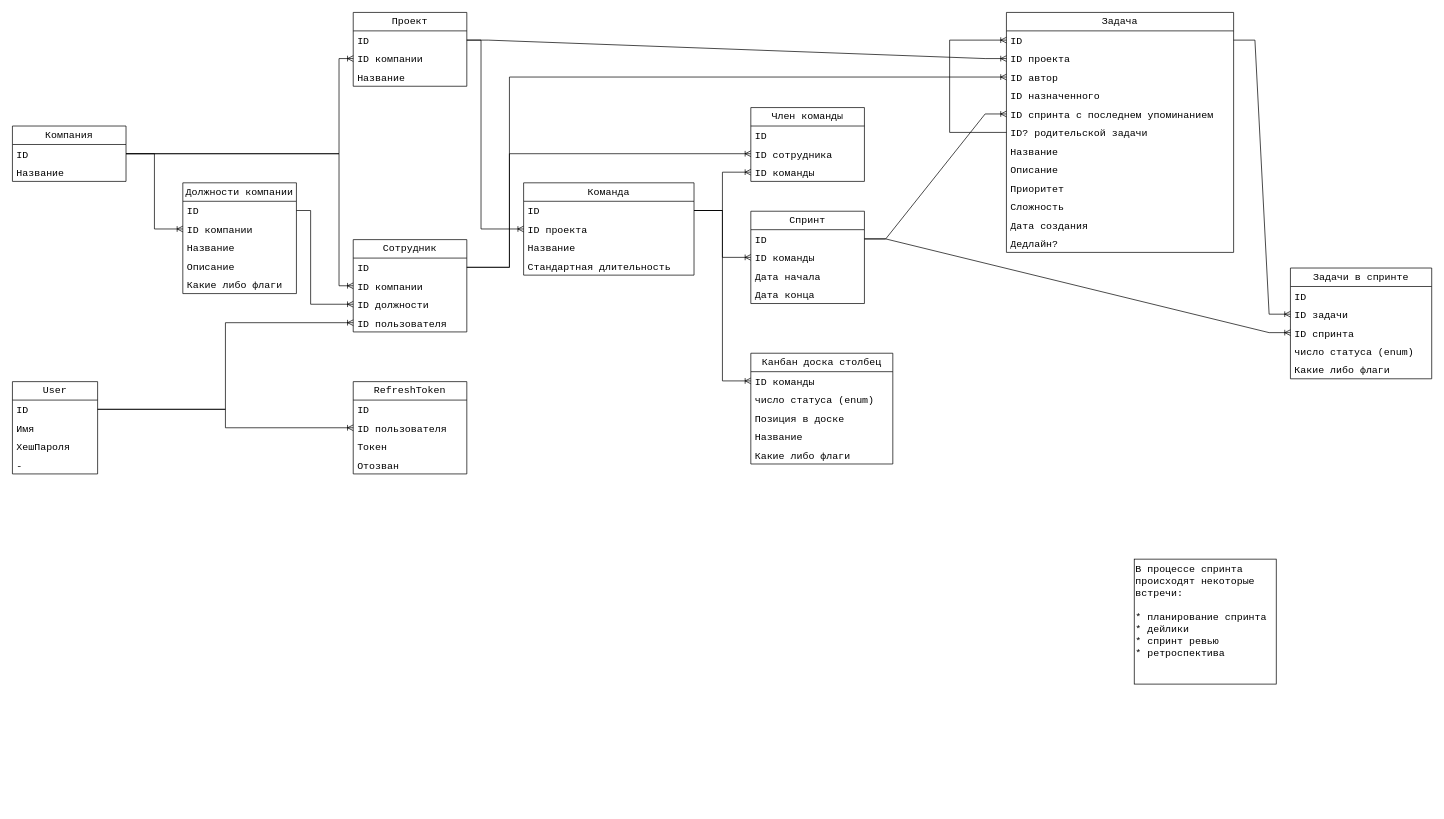
Above: Схемы/Сущности.drawio in DP1415/CorporateMessengerWithAgile (draw.io), before the change. Source tidied: cells renumbered, new cells numbered last; positions are measured from the earlier drawing's top-left corner, leaving out a move shared by most shapes. Both pictures are drawn from the tidied source at 71%, with x=0, y=0 at pixel (12, 12).
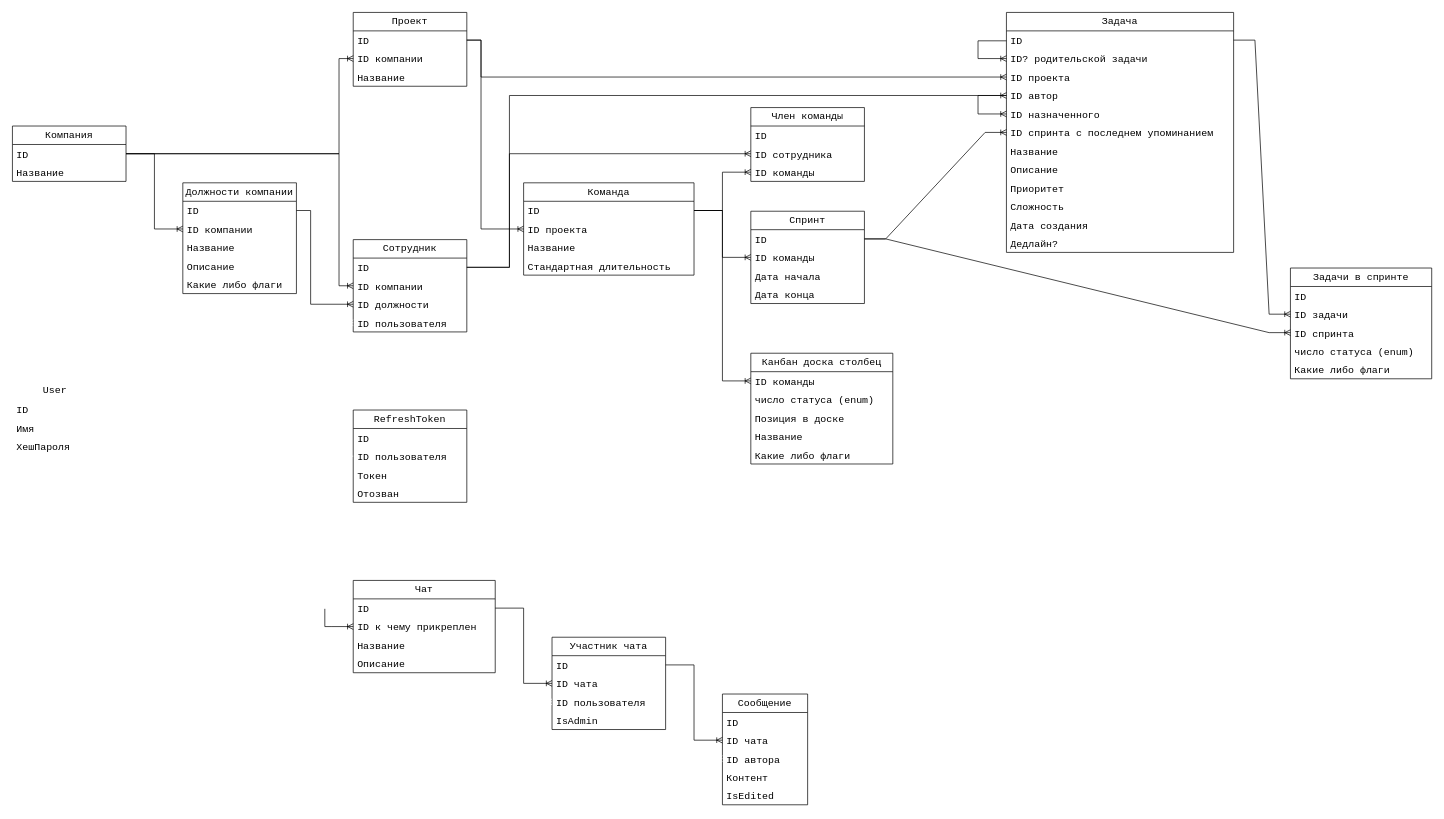
The same page after the edit.

Unchanged cells that the change refers to:
```xml
<mxCell id="3" value="ID" style="text;strokeColor=none;fillColor=none;align=left;verticalAlign=top;spacingLeft=4;spacingRight=4;overflow=hidden;points=[[0,0.5],[1,0.5]];portConstraint=eastwest;whiteSpace=wrap;fontFamily=consolas;fontSize=14;html=1;" parent="2" vertex="1">
  <mxGeometry y="26" width="120" height="26" as="geometry" />
</mxCell>
<mxCell id="27" value="ID" style="text;strokeColor=none;fillColor=none;align=left;verticalAlign=top;spacingLeft=4;spacingRight=4;overflow=hidden;points=[[0,0.5],[1,0.5]];portConstraint=eastwest;whiteSpace=wrap;fontFamily=consolas;fontSize=14;html=1;" parent="26" vertex="1">
  <mxGeometry y="26" width="160" height="26" as="geometry" />
</mxCell>
<mxCell id="42" value="ID" style="text;strokeColor=none;fillColor=none;align=left;verticalAlign=top;spacingLeft=4;spacingRight=4;overflow=hidden;points=[[0,0.5],[1,0.5]];portConstraint=eastwest;whiteSpace=wrap;fontFamily=consolas;fontSize=14;html=1;" parent="41" vertex="1">
  <mxGeometry y="26" width="160" height="26" as="geometry" />
</mxCell>
<mxCell id="45" value="ID пользователя" style="text;strokeColor=none;fillColor=none;align=left;verticalAlign=top;spacingLeft=4;spacingRight=4;overflow=hidden;points=[[0,0.5],[1,0.5]];portConstraint=eastwest;whiteSpace=wrap;fontFamily=consolas;fontSize=14;html=1;" parent="41" vertex="1">
  <mxGeometry y="104" width="160" height="26" as="geometry" />
</mxCell>
<mxCell id="46" value="Задача" style="swimlane;fontStyle=0;horizontal=1;startSize=26;fillColor=none;whiteSpace=wrap;fontFamily=consolas;fontSize=14;html=1;" parent="1" vertex="1">
  <mxGeometry x="1400" width="320" height="338" as="geometry" />
</mxCell>
<mxCell id="47" value="ID" style="text;strokeColor=none;fillColor=none;align=left;verticalAlign=top;spacingLeft=4;spacingRight=4;overflow=hidden;points=[[0,0.5],[1,0.5]];portConstraint=eastwest;whiteSpace=wrap;fontFamily=consolas;fontSize=14;html=1;" parent="46" vertex="1">
  <mxGeometry y="26" width="320" height="26" as="geometry" />
</mxCell>
<mxCell id="83" value="ID пользователя" style="text;strokeColor=none;fillColor=none;align=left;verticalAlign=top;spacingLeft=4;spacingRight=4;overflow=hidden;points=[[0,0.5],[1,0.5]];portConstraint=eastwest;whiteSpace=wrap;fontFamily=consolas;fontSize=14;html=1;" parent="81" vertex="1">
  <mxGeometry y="52" width="160" height="26" as="geometry" />
</mxCell>
```

The edit, as a diff of the source:
```diff
@@
-    <mxCell id="2" value="User" style="swimlane;fontStyle=0;horizontal=1;startSize=26;fillColor=none;whiteSpace=wrap;fontFamily=consolas;fontSize=14;html=1;" parent="1" vertex="1">
-      <mxGeometry y="520" width="120" height="130" as="geometry" />
+    <mxCell id="2" value="User" style="swimlane;fontStyle=0;horizontal=1;startSize=26;fillColor=none;whiteSpace=wrap;fontFamily=consolas;fontSize=14;html=1;strokeColor=#FFFFFF;" parent="1" vertex="1">
+      <mxGeometry y="520" width="120" height="104" as="geometry" />
     </mxCell>
@@
-    <mxCell id="6" value="-&lt;br&gt;&lt;br&gt;" style="text;strokeColor=none;fillColor=none;align=left;verticalAlign=top;spacingLeft=4;spacingRight=4;overflow=hidden;whiteSpace=wrap;fontFamily=consolas;fontSize=14;html=1;" parent="2" vertex="1">
-      <mxGeometry y="104" width="120" height="26" as="geometry" />
-    </mxCell>
@@
-    <mxCell id="30" value="В процессе спринта происходят некоторые встречи:&lt;div&gt;&lt;br&gt;&lt;/div&gt;&lt;div&gt;* планирование спринта&lt;/div&gt;&lt;div&gt;* дейлики&lt;/div&gt;&lt;div&gt;* спринт ревью&lt;/div&gt;&lt;div&gt;* ретроспектива&lt;/div&gt;" style="text;align=left;verticalAlign=top;whiteSpace=wrap;rounded=0;fillColor=none;strokeColor=default;fontFamily=consolas;fontSize=14;html=1;" parent="1" vertex="1">
-      <mxGeometry x="1580" y="770" width="200" height="176" as="geometry" />
-    </mxCell>
@@
+    <mxCell id="52" value="ID? родительской задачи" style="text;strokeColor=none;fillColor=none;align=left;verticalAlign=top;spacingLeft=4;spacingRight=4;overflow=hidden;points=[[0,0.5],[1,0.5]];portConstraint=eastwest;whiteSpace=wrap;fontFamily=consolas;fontSize=14;html=1;" parent="46" vertex="1">
+      <mxGeometry y="52" width="320" height="26" as="geometry" />
+    </mxCell>
     <mxCell id="48" value="ID проекта" style="text;strokeColor=none;fillColor=none;align=left;verticalAlign=top;spacingLeft=4;spacingRight=4;overflow=hidden;points=[[0,0.5],[1,0.5]];portConstraint=eastwest;whiteSpace=wrap;fontFamily=consolas;fontSize=14;html=1;" parent="46" vertex="1">
-      <mxGeometry y="52" width="320" height="26" as="geometry" />
+      <mxGeometry y="78" width="320" height="26" as="geometry" />
     </mxCell>
     <mxCell id="49" value="ID автор" style="text;strokeColor=none;fillColor=none;align=left;verticalAlign=top;spacingLeft=4;spacingRight=4;overflow=hidden;points=[[0,0.5],[1,0.5]];portConstraint=eastwest;whiteSpace=wrap;fontFamily=consolas;fontSize=14;html=1;" parent="46" vertex="1">
-      <mxGeometry y="78" width="320" height="26" as="geometry" />
+      <mxGeometry y="104" width="320" height="26" as="geometry" />
     </mxCell>
     <mxCell id="50" value="ID назначенного" style="text;strokeColor=none;fillColor=none;align=left;verticalAlign=top;spacingLeft=4;spacingRight=4;overflow=hidden;points=[[0,0.5],[1,0.5]];portConstraint=eastwest;whiteSpace=wrap;fontFamily=consolas;fontSize=14;html=1;" parent="46" vertex="1">
-      <mxGeometry y="104" width="320" height="26" as="geometry" />
+      <mxGeometry y="130" width="320" height="26" as="geometry" />
     </mxCell>
     <mxCell id="51" value="ID спринта с последнем упоминанием" style="text;strokeColor=none;fillColor=none;align=left;verticalAlign=top;spacingLeft=4;spacingRight=4;overflow=hidden;points=[[0,0.5],[1,0.5]];portConstraint=eastwest;whiteSpace=wrap;fontFamily=consolas;fontSize=14;html=1;" parent="46" vertex="1">
-      <mxGeometry y="130" width="320" height="26" as="geometry" />
+      <mxGeometry y="156" width="320" height="26" as="geometry" />
     </mxCell>
-    <mxCell id="52" value="ID? родительской задачи" style="text;strokeColor=none;fillColor=none;align=left;verticalAlign=top;spacingLeft=4;spacingRight=4;overflow=hidden;points=[[0,0.5],[1,0.5]];portConstraint=eastwest;whiteSpace=wrap;fontFamily=consolas;fontSize=14;html=1;" parent="46" vertex="1">
-      <mxGeometry y="156" width="320" height="26" as="geometry" />
-    </mxCell>
@@
-    <mxCell id="59" style="fontSize=12;html=1;endArrow=ERoneToMany;rounded=0;edgeStyle=elbowEdgeStyle;elbow=vertical;" parent="46" edge="1" source="52" target="47">
+    <mxCell id="59" style="fontSize=12;html=1;endArrow=ERoneToMany;rounded=0;edgeStyle=orthogonalEdgeStyle;elbow=vertical;" parent="46" edge="1" source="47" target="52">
       <mxGeometry relative="1" as="geometry">
         <Array as="points">
-          <mxPoint x="-80" y="90" />
+          <mxPoint x="-40" y="40" />
+          <mxPoint x="-40" y="65" />
         </Array>
       </mxGeometry>
     </mxCell>
+    <mxCell id="87" style="fontSize=12;html=1;endArrow=ERoneToMany;rounded=0;edgeStyle=orthogonalEdgeStyle;elbow=vertical;" parent="46" edge="1" source="49" target="50">
+      <mxGeometry relative="1" as="geometry">
+        <Array as="points">
+          <mxPoint x="-40" y="117" />
+          <mxPoint x="-40" y="143" />
+        </Array>
+      </mxGeometry>
+    </mxCell>
@@
-    <mxCell id="62" style="edgeStyle=entityRelationEdgeStyle;fontSize=12;html=1;endArrow=ERoneToMany;rounded=0;" parent="1" edge="1" source="27" target="48">
-      <mxGeometry relative="1" as="geometry" />
+    <mxCell id="62" style="edgeStyle=elbowEdgeStyle;fontSize=12;html=1;endArrow=ERoneToMany;rounded=0;" parent="1" edge="1" source="27" target="48">
+      <mxGeometry relative="1" as="geometry">
+        <Array as="points">
+          <mxPoint x="660" y="91" />
+        </Array>
+      </mxGeometry>
     </mxCell>
@@
-    <mxCell id="75" style="edgeStyle=elbowEdgeStyle;fontSize=12;html=1;endArrow=ERoneToMany;rounded=0;" parent="1" edge="1" source="3" target="45">
+    <mxCell id="75" style="edgeStyle=elbowEdgeStyle;fontSize=12;html=1;endArrow=ERoneToMany;rounded=0;strokeColor=#FFFFFF;" parent="1" edge="1" source="3" target="45">
       <mxGeometry relative="1" as="geometry" />
     </mxCell>
@@
     <mxCell id="80" style="edgeStyle=orthogonalEdgeStyle;fontSize=12;html=1;endArrow=ERoneToMany;rounded=0;" parent="1" edge="1" source="42" target="49">
       <mxGeometry relative="1" as="geometry">
         <Array as="points">
           <mxPoint x="700" y="359" />
-          <mxPoint x="700" y="91" />
+          <mxPoint x="700" y="117" />
         </Array>
       </mxGeometry>
     </mxCell>
     <mxCell id="81" value="RefreshToken" style="swimlane;fontStyle=0;horizontal=1;startSize=26;fillColor=none;whiteSpace=wrap;fontFamily=consolas;fontSize=14;html=1;" parent="1" vertex="1">
-      <mxGeometry x="480" y="520" width="160" height="130" as="geometry" />
+      <mxGeometry x="480" y="560" width="160" height="130" as="geometry" />
     </mxCell>
@@
-    <mxCell id="86" style="edgeStyle=elbowEdgeStyle;fontSize=12;html=1;endArrow=ERoneToMany;rounded=0;" parent="1" edge="1" source="3" target="83">
+    <mxCell id="86" style="edgeStyle=elbowEdgeStyle;fontSize=12;html=1;endArrow=ERone;rounded=0;strokeColor=#FFFFFF;endFill=0;" parent="1" edge="1" source="3" target="83">
       <mxGeometry relative="1" as="geometry" />
     </mxCell>
+    <mxCell id="88" value="Сообщение" style="swimlane;fontStyle=0;horizontal=1;startSize=26;fillColor=none;whiteSpace=wrap;fontFamily=consolas;fontSize=14;html=1;" parent="1" vertex="1">
+      <mxGeometry x="1000" y="960" width="120" height="156" as="geometry" />
+    </mxCell>
+    <mxCell id="89" value="ID" style="text;strokeColor=none;fillColor=none;align=left;verticalAlign=top;spacingLeft=4;spacingRight=4;overflow=hidden;whiteSpace=wrap;fontFamily=consolas;fontSize=14;html=1;" parent="88" vertex="1">
+      <mxGeometry y="26" width="120" height="26" as="geometry" />
+    </mxCell>
+    <mxCell id="90" value="ID чата" style="text;strokeColor=none;fillColor=none;align=left;verticalAlign=top;spacingLeft=4;spacingRight=4;overflow=hidden;points=[[0,0.5],[1,0.5]];portConstraint=eastwest;whiteSpace=wrap;fontFamily=consolas;fontSize=14;html=1;" parent="88" vertex="1">
+      <mxGeometry y="52" width="120" height="26" as="geometry" />
+    </mxCell>
+    <mxCell id="91" value="ID автора" style="text;strokeColor=none;fillColor=none;align=left;verticalAlign=top;spacingLeft=4;spacingRight=4;overflow=hidden;points=[[0,0.5],[1,0.5]];portConstraint=eastwest;whiteSpace=wrap;fontFamily=consolas;fontSize=14;html=1;" parent="88" vertex="1">
+      <mxGeometry y="78" width="120" height="26" as="geometry" />
+    </mxCell>
+    <mxCell id="92" value="Контент" style="text;strokeColor=none;fillColor=none;align=left;verticalAlign=top;spacingLeft=4;spacingRight=4;overflow=hidden;whiteSpace=wrap;fontFamily=consolas;fontSize=14;html=1;" parent="88" vertex="1">
+      <mxGeometry y="104" width="120" height="26" as="geometry" />
+    </mxCell>
+    <mxCell id="93" value="IsEdited" style="text;strokeColor=none;fillColor=none;align=left;verticalAlign=top;spacingLeft=4;spacingRight=4;overflow=hidden;whiteSpace=wrap;fontFamily=consolas;fontSize=14;html=1;" parent="88" vertex="1">
+      <mxGeometry y="130" width="120" height="26" as="geometry" />
+    </mxCell>
+    <mxCell id="94" value="Чат" style="swimlane;fontStyle=0;horizontal=1;startSize=26;fillColor=none;whiteSpace=wrap;fontFamily=consolas;fontSize=14;html=1;" parent="1" vertex="1">
+      <mxGeometry x="480" y="800" width="200" height="130" as="geometry" />
+    </mxCell>
+    <mxCell id="95" value="ID" style="text;strokeColor=none;fillColor=none;align=left;verticalAlign=top;spacingLeft=4;spacingRight=4;overflow=hidden;points=[[0,0.5],[1,0.5]];portConstraint=eastwest;whiteSpace=wrap;fontFamily=consolas;fontSize=14;html=1;" parent="94" vertex="1">
+      <mxGeometry y="26" width="200" height="26" as="geometry" />
+    </mxCell>
+    <mxCell id="96" value="ID к чему прикреплен" style="text;strokeColor=none;fillColor=none;align=left;verticalAlign=top;spacingLeft=4;spacingRight=4;overflow=hidden;points=[[0,0.5],[1,0.5]];portConstraint=eastwest;whiteSpace=wrap;fontFamily=consolas;fontSize=14;html=1;" parent="94" vertex="1">
+      <mxGeometry y="52" width="200" height="26" as="geometry" />
+    </mxCell>
+    <mxCell id="97" value="Название" style="text;strokeColor=none;fillColor=none;align=left;verticalAlign=top;spacingLeft=4;spacingRight=4;overflow=hidden;whiteSpace=wrap;fontFamily=consolas;fontSize=14;html=1;" parent="94" vertex="1">
+      <mxGeometry y="78" width="200" height="26" as="geometry" />
+    </mxCell>
+    <mxCell id="98" value="Описание" style="text;strokeColor=none;fillColor=none;align=left;verticalAlign=top;spacingLeft=4;spacingRight=4;overflow=hidden;whiteSpace=wrap;fontFamily=consolas;fontSize=14;html=1;" parent="94" vertex="1">
+      <mxGeometry y="104" width="200" height="26" as="geometry" />
+    </mxCell>
+    <mxCell id="99" value="Участник чата" style="swimlane;fontStyle=0;horizontal=1;startSize=26;fillColor=none;whiteSpace=wrap;fontFamily=consolas;fontSize=14;html=1;" parent="1" vertex="1">
+      <mxGeometry x="760" y="880" width="160" height="130" as="geometry" />
+    </mxCell>
+    <mxCell id="100" value="ID" style="text;strokeColor=none;fillColor=none;align=left;verticalAlign=top;spacingLeft=4;spacingRight=4;overflow=hidden;points=[[0,0.5],[1,0.5]];portConstraint=eastwest;whiteSpace=wrap;fontFamily=consolas;fontSize=14;html=1;" parent="99" vertex="1">
+      <mxGeometry y="26" width="160" height="26" as="geometry" />
+    </mxCell>
+    <mxCell id="101" value="ID чата" style="text;strokeColor=none;fillColor=none;align=left;verticalAlign=top;spacingLeft=4;spacingRight=4;overflow=hidden;points=[[0,0.5],[1,0.5]];portConstraint=eastwest;whiteSpace=wrap;fontFamily=consolas;fontSize=14;html=1;" parent="99" vertex="1">
+      <mxGeometry y="52" width="160" height="26" as="geometry" />
+    </mxCell>
+    <mxCell id="102" value="ID пользователя" style="text;strokeColor=none;fillColor=none;align=left;verticalAlign=top;spacingLeft=4;spacingRight=4;overflow=hidden;points=[[0,0.5],[1,0.5]];portConstraint=eastwest;whiteSpace=wrap;fontFamily=consolas;fontSize=14;html=1;" parent="99" vertex="1">
+      <mxGeometry y="78" width="160" height="26" as="geometry" />
+    </mxCell>
+    <mxCell id="103" value="IsAdmin" style="text;strokeColor=none;fillColor=none;align=left;verticalAlign=top;spacingLeft=4;spacingRight=4;overflow=hidden;whiteSpace=wrap;fontFamily=consolas;fontSize=14;html=1;" parent="99" vertex="1">
+      <mxGeometry y="104" width="160" height="26" as="geometry" />
+    </mxCell>
+    <mxCell id="104" style="edgeStyle=elbowEdgeStyle;fontSize=12;html=1;endArrow=ERoneToMany;rounded=0;strokeColor=#FFFFFF;" parent="1" edge="1" source="3" target="102">
+      <mxGeometry relative="1" as="geometry">
+        <Array as="points">
+          <mxPoint x="300" y="780" />
+        </Array>
+      </mxGeometry>
+    </mxCell>
+    <mxCell id="105" style="edgeStyle=elbowEdgeStyle;fontSize=12;html=1;endArrow=ERoneToMany;rounded=0;strokeColor=#FFFFFF;" parent="1" edge="1" source="3" target="91">
+      <mxGeometry relative="1" as="geometry">
+        <Array as="points">
+          <mxPoint x="300" y="720" />
+        </Array>
+      </mxGeometry>
+    </mxCell>
+    <mxCell id="106" style="edgeStyle=orthogonalEdgeStyle;fontSize=12;html=1;endArrow=ERoneToMany;rounded=0;elbow=vertical;" parent="1" edge="1" source="95" target="101">
+      <mxGeometry relative="1" as="geometry" />
+    </mxCell>
+    <mxCell id="107" style="edgeStyle=orthogonalEdgeStyle;fontSize=12;html=1;endArrow=ERoneToMany;rounded=0;" parent="1" edge="1" source="100" target="90">
+      <mxGeometry relative="1" as="geometry" />
+    </mxCell>
+    <mxCell id="108" style="edgeStyle=orthogonalEdgeStyle;fontSize=12;html=1;endArrow=ERoneToMany;rounded=0;elbow=vertical;" parent="1" edge="1" target="96">
+      <mxGeometry relative="1" as="geometry">
+        <mxPoint x="440" y="840" as="sourcePoint" />
+        <Array as="points">
+          <mxPoint x="450" y="865" />
+          <mxPoint x="450" y="865" />
+        </Array>
+      </mxGeometry>
+    </mxCell>
```
